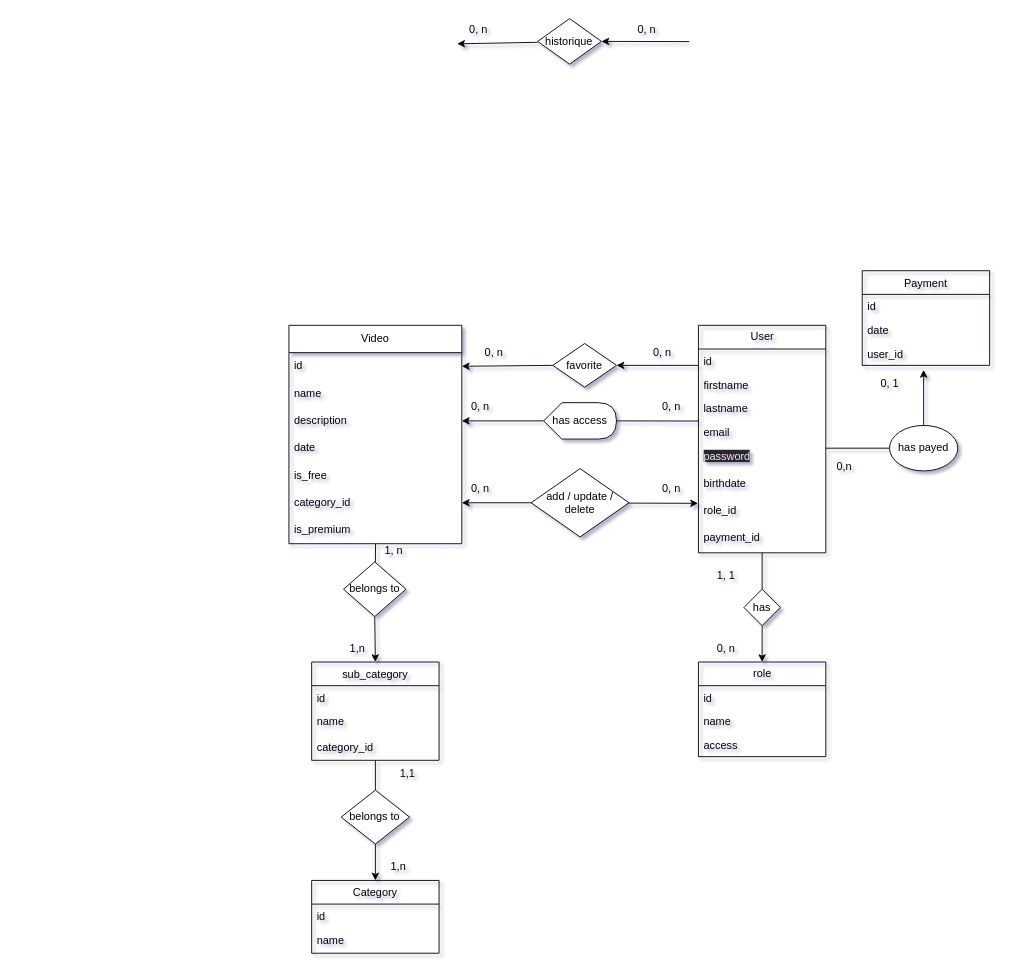
WildCodeSchool-2024-02/WildCodeSchool-2024-02-JS-Remote-JavaScrypte-P3-DigiCode keeps this draw.io diagram as page "MCD" (1 of 3) of server/modélisation-BDD.dio. Above is the earlier version. Source tidied: cells renumbered, new cells numbered last; positions are measured from the earlier drawing's top-left corner, leaving out a move shared by most shapes. Both pictures are drawn from the tidied source at 91%, with x=0, y=0 at pixel (288, 15).
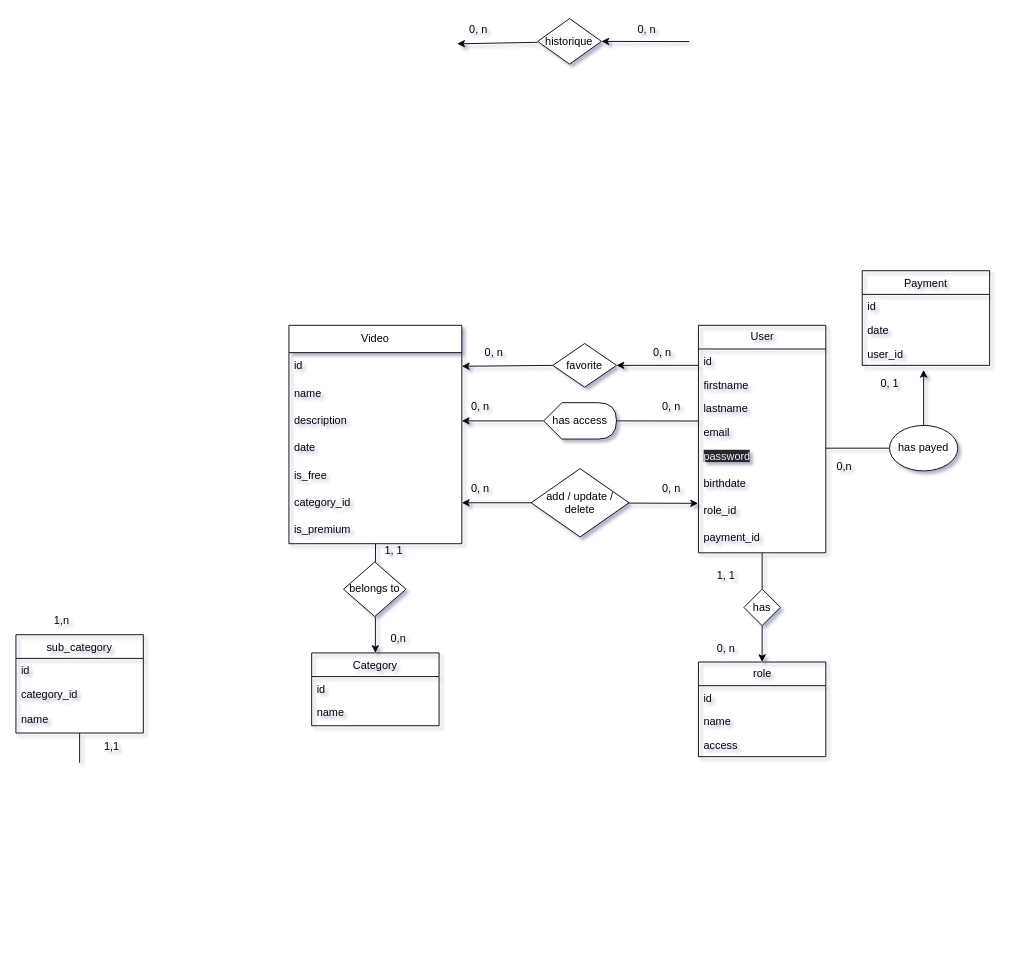
The same diagram, later.

Unchanged cells that the change refers to:
```xml
<mxCell id="38" value="belongs to" style="rhombus;whiteSpace=wrap;html=1;rounded=0;" parent="1" vertex="1">
  <mxGeometry x="60" y="600" width="68.6" height="60" as="geometry" />
</mxCell>
```

What changed in the source:
```diff
@@
-    <mxCell id="21" style="edgeStyle=none;html=1;entryX=0.5;entryY=0;entryDx=0;entryDy=0;startArrow=none;exitX=0.5;exitY=1;exitDx=0;exitDy=0;rounded=0;" parent="1" edge="1" source="38" target="23">
-      <mxGeometry relative="1" as="geometry" />
-    </mxCell>
-    <mxCell id="22" style="edgeStyle=none;html=1;entryX=0.5;entryY=0;entryDx=0;entryDy=0;startArrow=none;exitX=0.5;exitY=1;exitDx=0;exitDy=0;" parent="1" edge="1" source="71" target="67">
-      <mxGeometry relative="1" as="geometry" />
+    <mxCell id="22" style="edgeStyle=none;html=1;entryX=0.5;entryY=0;entryDx=0;entryDy=0;startArrow=none;exitX=0.5;exitY=1;exitDx=0;exitDy=0;" parent="1" edge="1" target="67">
+      <mxGeometry relative="1" as="geometry">
+        <mxPoint x="95" y="660" as="sourcePoint" />
+      </mxGeometry>
     </mxCell>
     <mxCell id="23" value="sub_category" style="swimlane;fontStyle=0;horizontal=1;startSize=26;fillColor=none;rounded=0;" parent="1" vertex="1">
-      <mxGeometry x="25" y="710" width="140" height="108" as="geometry" />
+      <mxGeometry x="-300" y="680" width="140" height="108" as="geometry" />
     </mxCell>
@@
+    <mxCell id="26" value="category_id" style="text;strokeColor=none;fillColor=none;align=left;verticalAlign=top;spacingLeft=4;spacingRight=4;overflow=hidden;rounded=0;" parent="23" vertex="1">
+      <mxGeometry y="52" width="140" height="28" as="geometry" />
+    </mxCell>
     <mxCell id="25" value="name&#10;" style="text;strokeColor=none;fillColor=none;align=left;verticalAlign=top;spacingLeft=4;spacingRight=4;overflow=hidden;rounded=0;" parent="23" vertex="1">
-      <mxGeometry y="52" width="140" height="28" as="geometry" />
+      <mxGeometry y="80" width="140" height="28" as="geometry" />
     </mxCell>
-    <mxCell id="26" value="category_id" style="text;strokeColor=none;fillColor=none;align=left;verticalAlign=top;spacingLeft=4;spacingRight=4;overflow=hidden;rounded=0;" parent="23" vertex="1">
-      <mxGeometry y="80" width="140" height="28" as="geometry" />
-    </mxCell>
@@
-    <mxCell id="41" value="1, n" style="text;html=1;align=center;verticalAlign=middle;strokeColor=none;fillColor=none;rounded=0;" parent="1" vertex="1">
+    <mxCell id="41" value="1, 1" style="text;html=1;align=center;verticalAlign=middle;strokeColor=none;fillColor=none;rounded=0;" parent="1" vertex="1">
       <mxGeometry x="95" y="572.5" width="40" height="30" as="geometry" />
     </mxCell>
     <mxCell id="42" value="1,n" style="text;html=1;align=center;verticalAlign=middle;strokeColor=none;fillColor=none;rounded=0;" parent="1" vertex="1">
-      <mxGeometry x="55" y="680" width="40" height="30" as="geometry" />
+      <mxGeometry x="-270" y="650" width="40" height="30" as="geometry" />
     </mxCell>
@@
     <mxCell id="67" value="Category" style="swimlane;fontStyle=0;horizontal=1;startSize=26;fillColor=none;rounded=0;" parent="1" vertex="1">
-      <mxGeometry x="25" y="950" width="140" height="80" as="geometry" />
+      <mxGeometry x="25" y="700" width="140" height="80" as="geometry" />
     </mxCell>
@@
-    <mxCell id="70" style="edgeStyle=none;html=1;entryX=0.5;entryY=0;entryDx=0;entryDy=0;endArrow=none;" parent="1" edge="1" source="23" target="71">
-      <mxGeometry relative="1" as="geometry" />
+    <mxCell id="70" style="edgeStyle=none;html=1;entryX=0.5;entryY=0;entryDx=0;entryDy=0;endArrow=none;" parent="1" edge="1" source="23">
+      <mxGeometry relative="1" as="geometry">
+        <mxPoint x="-230" y="820.8" as="targetPoint" />
+      </mxGeometry>
     </mxCell>
-    <mxCell id="71" value="belongs to" style="rhombus;whiteSpace=wrap;html=1;" parent="1" vertex="1">
-      <mxGeometry x="57.4" y="850.8" width="75.2" height="59.2" as="geometry" />
-    </mxCell>
-    <mxCell id="72" value="1,n" style="text;html=1;align=center;verticalAlign=middle;strokeColor=none;fillColor=none;" parent="1" vertex="1">
-      <mxGeometry x="100" y="920" width="40" height="30" as="geometry" />
+    <mxCell id="72" value="0,n" style="text;html=1;align=center;verticalAlign=middle;strokeColor=none;fillColor=none;" parent="1" vertex="1">
+      <mxGeometry x="100" y="670" width="40" height="30" as="geometry" />
     </mxCell>
     <mxCell id="73" value="1,1" style="text;html=1;align=center;verticalAlign=middle;strokeColor=none;fillColor=none;" parent="1" vertex="1">
-      <mxGeometry x="110" y="818" width="40" height="30" as="geometry" />
+      <mxGeometry x="-215" y="788" width="40" height="30" as="geometry" />
     </mxCell>
```
